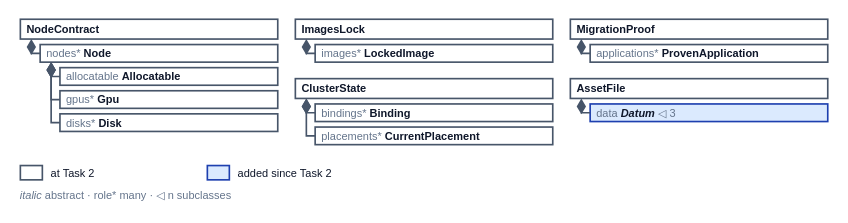
Earlier version of the draw.io diagram docs/mde/task-3-code-generation/Figures/mm-pinned.drawio (JorisJonkers-dev/deploy-kit). Source tidied: cells renumbered, new cells numbered last; positions are measured from the earlier drawing's top-left corner, leaving out a move shared by most shapes. Both pictures are drawn from the tidied source at 110%, with x=0, y=0 at pixel (20, 19).
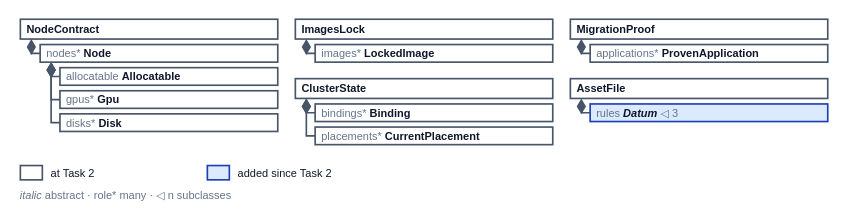
The same page after the edit.

Commit message (it also covers changes not shown here):
refactor(emf): rename AssetFile.data to rules in the pinned-inputs metamodel (#830)

What changed in the source:
```diff
@@
-    <mxCell id="23" value="&lt;font color=&quot;#64748b&quot;&gt;data&lt;/font&gt; &lt;i&gt;&lt;b&gt;Datum&lt;/b&gt;&lt;/i&gt; &lt;font color=&quot;#64748b&quot;&gt;◁ 3&lt;/font&gt;" style="rounded=0;whiteSpace=wrap;html=1;align=left;verticalAlign=middle;fillColor=#dbeafe;strokeColor=#1e40af;strokeWidth=1.5;fontFamily=Helvetica;fontSize=10;fontColor=#0f172a;spacing=0;spacingLeft=6;spacingRight=4;" parent="1" vertex="1">
+    <mxCell id="23" value="&lt;font color=&quot;#64748b&quot;&gt;rules&lt;/font&gt; &lt;i&gt;&lt;b&gt;Datum&lt;/b&gt;&lt;/i&gt; &lt;font color=&quot;#64748b&quot;&gt;◁ 3&lt;/font&gt;" style="rounded=0;whiteSpace=wrap;html=1;align=left;verticalAlign=middle;fillColor=#dbeafe;strokeColor=#1e40af;strokeWidth=1.5;fontFamily=Helvetica;fontSize=10;fontColor=#0f172a;spacing=0;spacingLeft=6;spacingRight=4;" parent="1" vertex="1">
       <mxGeometry x="518" y="77" width="216" height="16" as="geometry" />
     </mxCell>
```
